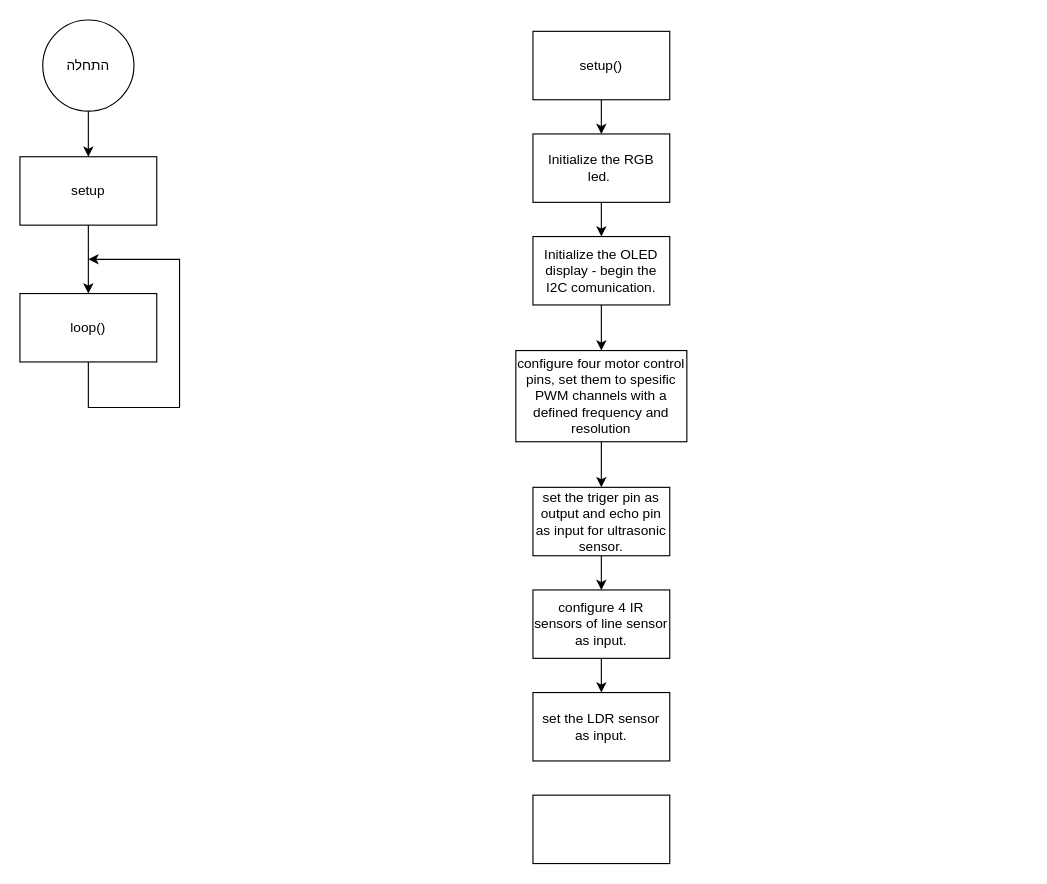
This is code diagram.drawio from ShellySlavutin/Communication-of-two-autonomous-vehicles, a draw.io file, before an edit. Source tidied: cells renumbered, new cells numbered last; positions are measured from the earlier drawing's top-left corner, leaving out a move shared by most shapes. Both pictures are drawn from the tidied source at 114%, with x=0, y=0 at pixel (19, 19).
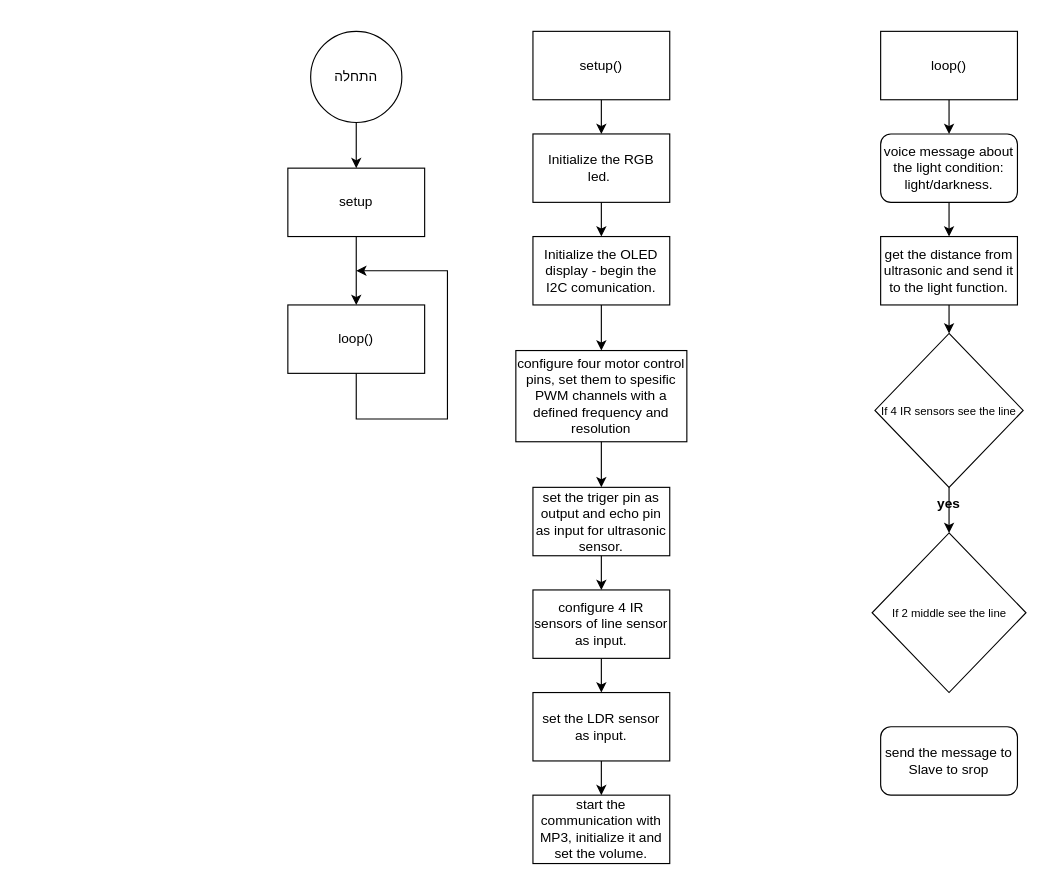
The same page after the edit.

The change refers to these unchanged cells:
```xml
<mxCell id="20" value="set the LDR sensor as input." style="rounded=0;whiteSpace=wrap;html=1;" parent="1" vertex="1">
  <mxGeometry x="450" y="590" width="120" height="60" as="geometry" />
</mxCell>
```

Diff of the diagram source:
```diff
@@
     <mxCell id="2" value="התחלה" style="ellipse;whiteSpace=wrap;html=1;" parent="1" vertex="1">
-      <mxGeometry x="20" width="80" height="80" as="geometry" />
+      <mxGeometry x="255" y="10" width="80" height="80" as="geometry" />
     </mxCell>
     <mxCell id="3" style="endArrow=classic;html=1;rounded=0;" parent="1" edge="1" source="2">
       <mxGeometry relative="1" as="geometry">
-        <mxPoint x="60" y="120" as="targetPoint" />
+        <mxPoint x="295" y="130" as="targetPoint" />
       </mxGeometry>
     </mxCell>
     <mxCell id="4" value="setup" style="rounded=0;whiteSpace=wrap;html=1;" parent="1" vertex="1">
-      <mxGeometry y="120" width="120" height="60" as="geometry" />
+      <mxGeometry x="235" y="130" width="120" height="60" as="geometry" />
     </mxCell>
     <mxCell id="5" style="endArrow=classic;html=1;rounded=0;exitX=0.5;exitY=1;exitDx=0;exitDy=0;" parent="1" edge="1" source="4">
       <mxGeometry relative="1" as="geometry">
-        <mxPoint x="60" y="240" as="targetPoint" />
+        <mxPoint x="295" y="250" as="targetPoint" />
       </mxGeometry>
     </mxCell>
     <mxCell id="6" value="loop()" style="rounded=0;whiteSpace=wrap;html=1;" parent="1" vertex="1">
-      <mxGeometry y="240" width="120" height="60" as="geometry" />
+      <mxGeometry x="235" y="250" width="120" height="60" as="geometry" />
     </mxCell>
     <mxCell id="7" style="endArrow=classic;html=1;rounded=0;exitX=0.5;exitY=1;exitDx=0;exitDy=0;" parent="1" edge="1" source="6">
       <mxGeometry relative="1" as="geometry">
-        <mxPoint x="60" y="210" as="targetPoint" />
+        <mxPoint x="295" y="220" as="targetPoint" />
         <Array as="points">
-          <mxPoint x="60" y="340" />
-          <mxPoint x="140" y="340" />
-          <mxPoint x="140" y="210" />
+          <mxPoint x="295" y="350" />
+          <mxPoint x="375" y="350" />
+          <mxPoint x="375" y="220" />
         </Array>
       </mxGeometry>
     </mxCell>
@@
+    <mxCell id="22" style="edgeStyle=orthogonalEdgeStyle;rounded=0;jettySize=auto;html=1;" parent="1" edge="1" source="20" target="21">
+      <mxGeometry relative="1" as="geometry" />
+    </mxCell>
@@
-    <mxCell id="21" style="rounded=0;whiteSpace=wrap;html=1;" parent="1" vertex="1">
+    <mxCell id="21" value="start the communication with MP3, initialize it and set the volume." style="rounded=0;whiteSpace=wrap;html=1;" parent="1" vertex="1">
       <mxGeometry x="450" y="680" width="120" height="60" as="geometry" />
     </mxCell>
+    <mxCell id="23" style="edgeStyle=orthogonalEdgeStyle;rounded=0;jettySize=auto;html=1;" parent="1" edge="1" source="24" target="26">
+      <mxGeometry relative="1" as="geometry" />
+    </mxCell>
+    <mxCell id="24" value="loop()" style="rounded=0;whiteSpace=wrap;html=1;" parent="1" vertex="1">
+      <mxGeometry x="755" y="10" width="120" height="60" as="geometry" />
+    </mxCell>
+    <mxCell id="25" style="edgeStyle=orthogonalEdgeStyle;rounded=0;jettySize=auto;html=1;" parent="1" edge="1" source="26" target="28">
+      <mxGeometry relative="1" as="geometry" />
+    </mxCell>
+    <mxCell id="26" value="voice message about the light condition: light/darkness." style="rounded=1;whiteSpace=wrap;html=1;" parent="1" vertex="1">
+      <mxGeometry x="755" y="100" width="120" height="60" as="geometry" />
+    </mxCell>
+    <mxCell id="27" style="edgeStyle=orthogonalEdgeStyle;rounded=0;jettySize=auto;html=1;" parent="1" edge="1" source="28" target="30">
+      <mxGeometry relative="1" as="geometry" />
+    </mxCell>
+    <mxCell id="28" value="get the distance from ultrasonic and send it to the light function." style="rounded=0;whiteSpace=wrap;html=1;" parent="1" vertex="1">
+      <mxGeometry x="755" y="190" width="120" height="60" as="geometry" />
+    </mxCell>
+    <mxCell id="29" style="edgeStyle=orthogonalEdgeStyle;rounded=0;jettySize=auto;html=1;" parent="1" edge="1" source="30" target="31">
+      <mxGeometry relative="1" as="geometry" />
+    </mxCell>
+    <mxCell id="30" value="&lt;font style=&quot;font-size: 10px;&quot;&gt;If 4 IR sensors see the line&lt;/font&gt;" style="rhombus;whiteSpace=wrap;html=1;" parent="1" vertex="1">
+      <mxGeometry x="750" y="275" width="130" height="135" as="geometry" />
+    </mxCell>
+    <mxCell id="31" value="&lt;font style=&quot;font-size: 10px;&quot;&gt;If 2 middle see the line&lt;/font&gt;" style="rhombus;whiteSpace=wrap;html=1;" parent="1" vertex="1">
+      <mxGeometry x="747.5" y="450" width="135" height="140" as="geometry" />
+    </mxCell>
+    <mxCell id="32" value="&lt;b&gt;yes&lt;/b&gt;" style="text;html=1;align=center;verticalAlign=middle;whiteSpace=wrap;rounded=0;" parent="1" vertex="1">
+      <mxGeometry x="780" y="410" width="70" height="30" as="geometry" />
+    </mxCell>
+    <mxCell id="33" value="send the message to Slave to srop" style="rounded=1;whiteSpace=wrap;html=1;" parent="1" vertex="1">
+      <mxGeometry x="755" y="620" width="120" height="60" as="geometry" />
+    </mxCell>
```
